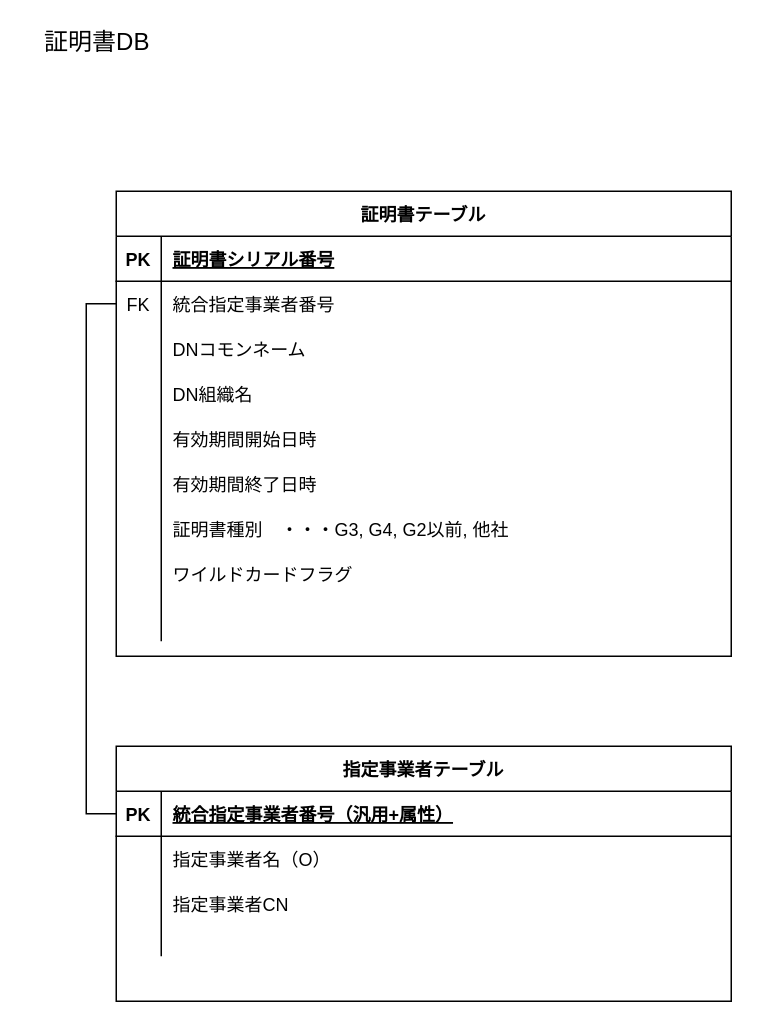
Earlier version of the draw.io diagram page "ER図" (3 of 6) of UMLDiagram.drawio (r-asano/kaihatsubuKenshu). Source tidied: cells renumbered, new cells numbered last; positions are measured from the earlier drawing's top-left corner, leaving out a move shared by most shapes. Both pictures are drawn from the tidied source at 150%, with x=0, y=0 at pixel (26, 26).
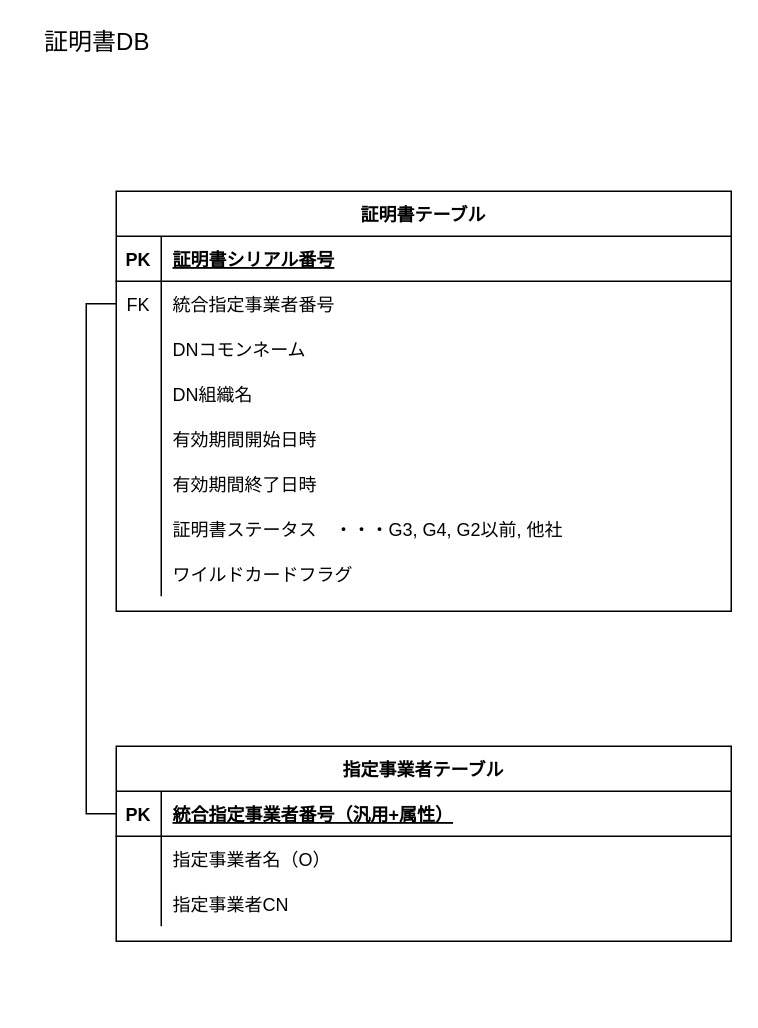
After the change.

The change refers to these unchanged cells:
```xml
<mxCell id="21" style="shape=partialRectangle;fillColor=none;top=0;left=0;right=0;bottom=0;" parent="2" vertex="1">
  <mxGeometry y="210" width="410" height="30" as="geometry" />
</mxCell>
```

Change to the diagram source:
```diff
@@
     <mxCell id="2" value="証明書テーブル" style="shape=table;startSize=30;childLayout=tableLayout;rowLines=0;fontStyle=1;align=center;" parent="1" vertex="1">
-      <mxGeometry x="60" y="110" width="410" height="310" as="geometry" />
+      <mxGeometry x="60" y="110" width="410" height="280" as="geometry" />
     </mxCell>
@@
-    <mxCell id="23" value="証明書種別　・・・G3, G4, G2以前, 他社" style="shape=partialRectangle;overflow=hidden;fillColor=none;top=0;left=0;bottom=0;right=0;align=left;spacingLeft=6;" parent="21" vertex="1">
+    <mxCell id="23" value="証明書ステータス　・・・G3, G4, G2以前, 他社" style="shape=partialRectangle;overflow=hidden;fillColor=none;top=0;left=0;bottom=0;right=0;align=left;spacingLeft=6;" parent="21" vertex="1">
       <mxGeometry x="30" width="380" height="30" as="geometry" />
     </mxCell>
@@
-    <mxCell id="27" style="shape=partialRectangle;fillColor=none;top=0;left=0;right=0;bottom=0;" parent="2" vertex="1">
-      <mxGeometry y="270" width="410" height="30" as="geometry" />
-    </mxCell>
-    <mxCell id="28" style="shape=partialRectangle;overflow=hidden;fillColor=none;top=0;left=0;bottom=0;right=0;" parent="27" vertex="1">
-      <mxGeometry width="30" height="30" as="geometry" />
-    </mxCell>
-    <mxCell id="29" style="shape=partialRectangle;overflow=hidden;fillColor=none;top=0;left=0;bottom=0;right=0;align=left;spacingLeft=6;" parent="27" vertex="1">
-      <mxGeometry x="30" width="380" height="30" as="geometry" />
-    </mxCell>
@@
     <mxCell id="31" value="指定事業者テーブル" style="shape=table;startSize=30;childLayout=tableLayout;rowLines=0;fontStyle=1;align=center;" parent="1" vertex="1">
-      <mxGeometry x="60" y="480" width="410" height="170" as="geometry" />
+      <mxGeometry x="60" y="480" width="410" height="130" as="geometry" />
     </mxCell>
@@
-    <mxCell id="41" style="shape=partialRectangle;fillColor=none;top=0;left=0;right=0;bottom=0;" parent="31" vertex="1">
-      <mxGeometry y="120" width="410" height="20" as="geometry" />
-    </mxCell>
-    <mxCell id="42" style="shape=partialRectangle;overflow=hidden;fillColor=none;top=0;left=0;bottom=0;right=0;" parent="41" vertex="1">
-      <mxGeometry width="30" height="20" as="geometry" />
-    </mxCell>
-    <mxCell id="43" style="shape=partialRectangle;overflow=hidden;fillColor=none;top=0;left=0;bottom=0;right=0;align=left;spacingLeft=6;" parent="41" vertex="1">
-      <mxGeometry x="30" width="380" height="20" as="geometry" />
-    </mxCell>
```
